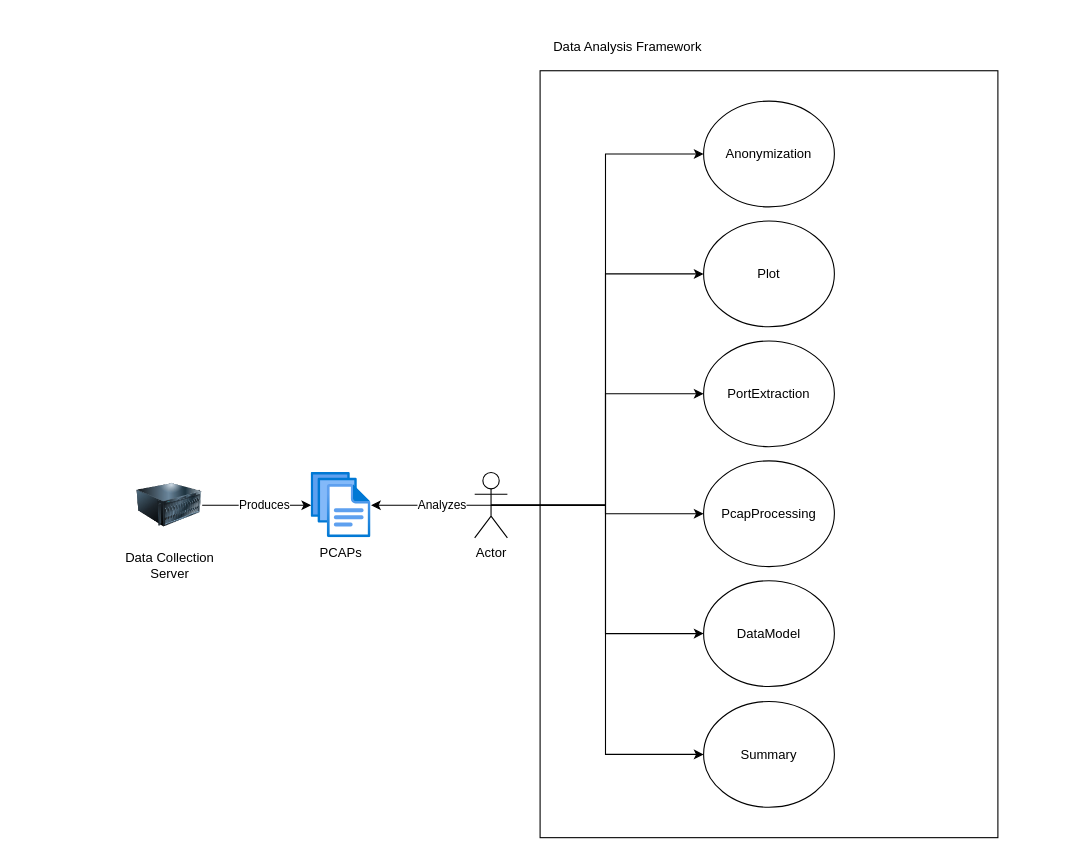
Earlier version of the draw.io diagram images/use_case.drawio (PaoloPp/PCAP_Analyzer). Source tidied: cells renumbered, new cells numbered last; positions are measured from the earlier drawing's top-left corner, leaving out a move shared by most shapes. Both pictures are drawn from the tidied source at 109%, with x=0, y=0 at pixel (136, 31).
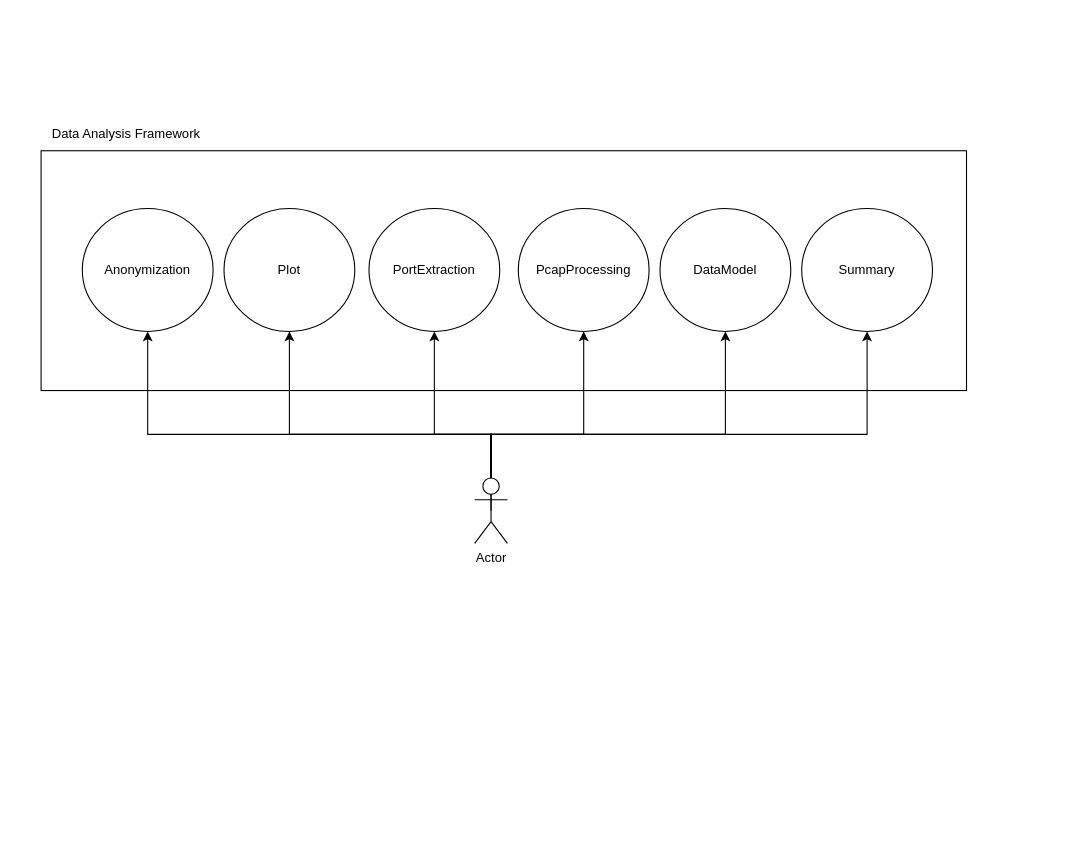
The same diagram, later.

Commit message (it also covers changes not shown here):
Added anonymization function for PCAP

The edit, as a diff of the source:
```diff
@@
+    <mxCell id="7" style="edgeStyle=orthogonalEdgeStyle;rounded=0;jettySize=auto;html=1;exitX=0.5;exitY=0.5;exitDx=0;exitDy=0;exitPerimeter=0;entryX=0.5;entryY=1;entryDx=0;entryDy=0;" parent="1" edge="1" source="8" target="17">
+      <mxGeometry relative="1" as="geometry">
+        <Array as="points">
+          <mxPoint x="325" y="370" />
+          <mxPoint x="670" y="370" />
+        </Array>
+      </mxGeometry>
+    </mxCell>
+    <mxCell id="6" style="edgeStyle=orthogonalEdgeStyle;rounded=0;jettySize=auto;html=1;exitX=0.5;exitY=0;exitDx=0;exitDy=0;exitPerimeter=0;entryX=0.5;entryY=1;entryDx=0;entryDy=0;" parent="1" edge="1" source="8" target="18">
+      <mxGeometry relative="1" as="geometry">
+        <Array as="points">
+          <mxPoint x="325" y="370" />
+          <mxPoint x="540" y="370" />
+        </Array>
+      </mxGeometry>
+    </mxCell>
+    <mxCell id="5" style="edgeStyle=orthogonalEdgeStyle;rounded=0;jettySize=auto;html=1;exitX=0.5;exitY=0;exitDx=0;exitDy=0;exitPerimeter=0;entryX=0.5;entryY=1;entryDx=0;entryDy=0;" parent="1" edge="1" source="8" target="19">
+      <mxGeometry relative="1" as="geometry">
+        <Array as="points">
+          <mxPoint x="325" y="370" />
+          <mxPoint x="410" y="370" />
+        </Array>
+      </mxGeometry>
+    </mxCell>
+    <mxCell id="4" style="edgeStyle=orthogonalEdgeStyle;rounded=0;jettySize=auto;html=1;entryX=0.5;entryY=1;entryDx=0;entryDy=0;" parent="1" edge="1" source="8" target="20">
+      <mxGeometry relative="1" as="geometry">
+        <Array as="points">
+          <mxPoint x="325" y="370" />
+          <mxPoint x="273" y="370" />
+        </Array>
+      </mxGeometry>
+    </mxCell>
+    <mxCell id="3" style="edgeStyle=orthogonalEdgeStyle;rounded=0;jettySize=auto;html=1;exitX=0.5;exitY=0;exitDx=0;exitDy=0;exitPerimeter=0;entryX=0.5;entryY=1;entryDx=0;entryDy=0;" parent="1" edge="1" source="8" target="21">
+      <mxGeometry relative="1" as="geometry">
+        <Array as="points">
+          <mxPoint x="325" y="370" />
+          <mxPoint x="140" y="370" />
+        </Array>
+      </mxGeometry>
+    </mxCell>
-    <mxCell id="2" style="edgeStyle=orthogonalEdgeStyle;rounded=0;jettySize=auto;html=1;exitX=0.5;exitY=0.5;exitDx=0;exitDy=0;exitPerimeter=0;entryX=0;entryY=0.5;entryDx=0;entryDy=0;" parent="1" edge="1" source="8" target="16">
-      <mxGeometry relative="1" as="geometry" />
+    <mxCell id="2" style="edgeStyle=orthogonalEdgeStyle;rounded=0;jettySize=auto;html=1;exitX=0.5;exitY=0;exitDx=0;exitDy=0;exitPerimeter=0;entryX=0.5;entryY=1;entryDx=0;entryDy=0;" parent="1" edge="1" source="8" target="16">
+      <mxGeometry relative="1" as="geometry">
+        <Array as="points">
+          <mxPoint x="325" y="370" />
+          <mxPoint x="10" y="370" />
+        </Array>
+      </mxGeometry>
     </mxCell>
-    <mxCell id="3" style="edgeStyle=orthogonalEdgeStyle;rounded=0;jettySize=auto;html=1;exitX=0.5;exitY=0.5;exitDx=0;exitDy=0;exitPerimeter=0;entryX=0;entryY=0.5;entryDx=0;entryDy=0;" parent="1" edge="1" source="8" target="21">
-      <mxGeometry relative="1" as="geometry" />
-    </mxCell>
-    <mxCell id="4" style="edgeStyle=orthogonalEdgeStyle;rounded=0;jettySize=auto;html=1;exitX=0.5;exitY=0.5;exitDx=0;exitDy=0;exitPerimeter=0;entryX=0;entryY=0.5;entryDx=0;entryDy=0;" parent="1" edge="1" source="8" target="20">
-      <mxGeometry relative="1" as="geometry" />
-    </mxCell>
-    <mxCell id="5" style="edgeStyle=orthogonalEdgeStyle;rounded=0;jettySize=auto;html=1;exitX=0.5;exitY=0.5;exitDx=0;exitDy=0;exitPerimeter=0;" parent="1" edge="1" source="8" target="19">
-      <mxGeometry relative="1" as="geometry" />
-    </mxCell>
-    <mxCell id="6" style="edgeStyle=orthogonalEdgeStyle;rounded=0;jettySize=auto;html=1;exitX=0.5;exitY=0.5;exitDx=0;exitDy=0;exitPerimeter=0;entryX=0;entryY=0.5;entryDx=0;entryDy=0;" parent="1" edge="1" source="8" target="18">
-      <mxGeometry relative="1" as="geometry" />
-    </mxCell>
-    <mxCell id="7" style="edgeStyle=orthogonalEdgeStyle;rounded=0;jettySize=auto;html=1;exitX=0.5;exitY=0.5;exitDx=0;exitDy=0;exitPerimeter=0;entryX=0;entryY=0.5;entryDx=0;entryDy=0;" parent="1" edge="1" source="8" target="17">
-      <mxGeometry relative="1" as="geometry" />
-    </mxCell>
     <mxCell id="8" value="Actor" style="shape=umlActor;verticalLabelPosition=bottom;verticalAlign=top;html=1;outlineConnect=0;" parent="1" vertex="1">
-      <mxGeometry x="310" y="405" width="30" height="60" as="geometry" />
+      <mxGeometry x="310" y="410" width="30" height="60" as="geometry" />
     </mxCell>
-    <mxCell id="9" style="edgeStyle=orthogonalEdgeStyle;rounded=0;jettySize=auto;html=1;" parent="1" edge="1" source="11" target="12">
-      <mxGeometry relative="1" as="geometry" />
-    </mxCell>
-    <mxCell id="10" value="Produces" style="edgeLabel;html=1;align=center;verticalAlign=middle;" parent="9" vertex="1">
-      <mxGeometry x="0.12" y="1" relative="1" as="geometry" />
-    </mxCell>
-    <mxCell id="11" value="Data Collection&lt;div&gt;Server&lt;/div&gt;" style="image;html=1;image=img/lib/clip_art/computers/Server_128x128.png;" parent="1" vertex="1">
-      <mxGeometry y="400" width="60" height="70" as="geometry" />
-    </mxCell>
-    <mxCell id="12" value="PCAPs" style="image;html=1;points=[];align=center;fontSize=12;image=img/lib/azure2/general/Files.svg;" parent="1" vertex="1">
-      <mxGeometry x="160" y="405" width="54.9" height="60" as="geometry" />
-    </mxCell>
-    <mxCell id="13" style="group;" parent="1" vertex="1">
-      <mxGeometry x="370" width="420" height="740" as="geometry" />
+    <mxCell id="13" style="group;rotation=-90;" parent="1" vertex="1">
+      <mxGeometry x="160" y="-280" width="420" height="957.4" as="geometry" />
     </mxCell>
-    <mxCell id="14" style="rounded=0;whiteSpace=wrap;html=1;fillColor=none;" parent="13" vertex="1">
-      <mxGeometry y="36.4" width="420" height="703.6" as="geometry" />
+    <mxCell id="14" style="rounded=0;whiteSpace=wrap;html=1;fillColor=none;rotation=-90;" parent="13" vertex="1">
+      <mxGeometry x="66.7" y="75.3" width="220" height="849" as="geometry" />
     </mxCell>
-    <mxCell id="15" value="Data Analysis Framework" style="text;html=1;align=center;verticalAlign=middle;strokeColor=none;fillColor=none;" parent="13" vertex="1">
-      <mxGeometry width="160" height="30" as="geometry" />
+    <mxCell id="15" value="Data Analysis Framework" style="text;html=1;align=center;verticalAlign=middle;strokeColor=none;fillColor=none;rotation=0;" parent="13" vertex="1">
+      <mxGeometry x="-250" y="360" width="160" height="30" as="geometry" />
     </mxCell>
-    <mxCell id="16" value="Anonymization" style="ellipse;whiteSpace=wrap;html=1;" parent="13" vertex="1">
-      <mxGeometry x="150" y="64.3" width="120" height="97" as="geometry" />
+    <mxCell id="16" value="Anonymization" style="ellipse;whiteSpace=wrap;html=1;rotation=0;" parent="13" vertex="1">
+      <mxGeometry x="-210" y="442.8" width="120" height="112.8" as="geometry" />
     </mxCell>
-    <mxCell id="17" value="Summary" style="ellipse;whiteSpace=wrap;html=1;" parent="13" vertex="1">
-      <mxGeometry x="150" y="615.1" width="120" height="97" as="geometry" />
+    <mxCell id="17" value="Summary" style="ellipse;whiteSpace=wrap;html=1;rotation=0;" parent="13" vertex="1">
+      <mxGeometry x="450" y="442.8" width="120" height="112.8" as="geometry" />
     </mxCell>
-    <mxCell id="18" value="DataModel" style="ellipse;whiteSpace=wrap;html=1;" parent="13" vertex="1">
-      <mxGeometry x="150" y="504.3" width="120" height="97" as="geometry" />
+    <mxCell id="18" value="DataModel" style="ellipse;whiteSpace=wrap;html=1;rotation=0;" parent="13" vertex="1">
+      <mxGeometry x="320" y="442.8" width="120" height="112.8" as="geometry" />
     </mxCell>
-    <mxCell id="19" value="PcapProcessing" style="ellipse;whiteSpace=wrap;html=1;" parent="13" vertex="1">
-      <mxGeometry x="150" y="394.3" width="120" height="97" as="geometry" />
+    <mxCell id="19" value="PcapProcessing" style="ellipse;whiteSpace=wrap;html=1;rotation=0;" parent="13" vertex="1">
+      <mxGeometry x="190" y="442.8" width="120" height="112.8" as="geometry" />
     </mxCell>
-    <mxCell id="20" value="PortExtraction" style="ellipse;whiteSpace=wrap;html=1;" parent="13" vertex="1">
-      <mxGeometry x="150" y="284.3" width="120" height="97" as="geometry" />
+    <mxCell id="20" value="PortExtraction" style="ellipse;whiteSpace=wrap;html=1;rotation=0;" parent="13" vertex="1">
+      <mxGeometry x="53" y="442.8" width="120" height="112.8" as="geometry" />
     </mxCell>
-    <mxCell id="21" value="Plot" style="ellipse;whiteSpace=wrap;html=1;" parent="13" vertex="1">
-      <mxGeometry x="150" y="174.3" width="120" height="97" as="geometry" />
+    <mxCell id="21" value="Plot" style="ellipse;whiteSpace=wrap;html=1;rotation=0;" parent="13" vertex="1">
+      <mxGeometry x="-80" y="442.8" width="120" height="112.8" as="geometry" />
     </mxCell>
-    <mxCell id="22" style="edgeStyle=orthogonalEdgeStyle;rounded=0;jettySize=auto;html=1;exitX=0.5;exitY=0.5;exitDx=0;exitDy=0;exitPerimeter=0;" parent="1" edge="1" source="8" target="12">
-      <mxGeometry relative="1" as="geometry" />
-    </mxCell>
-    <mxCell id="23" value="Analyzes" style="edgeLabel;html=1;align=center;verticalAlign=middle;" parent="22" vertex="1">
-      <mxGeometry x="-0.16" y="-1" relative="1" as="geometry" />
-    </mxCell>
```
